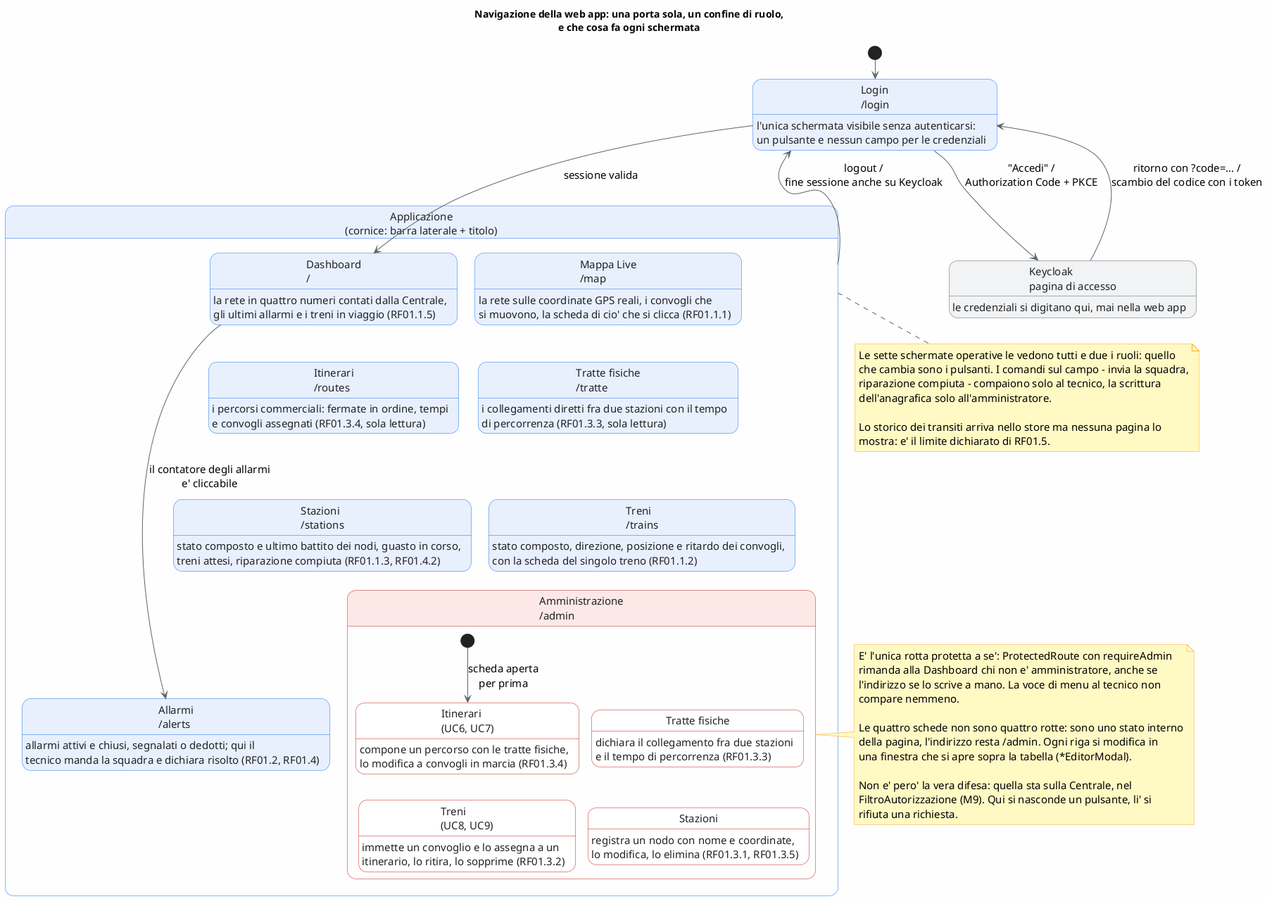
Above: doc/documentazioneFinale/immaginiDocumentazioneDelSistemaMonitoraggioEGestioneDelTrafficoFerroviario/ui_00_mappa_navigazione.png in mar-robba/PISSIR (PlantUML), before the change.
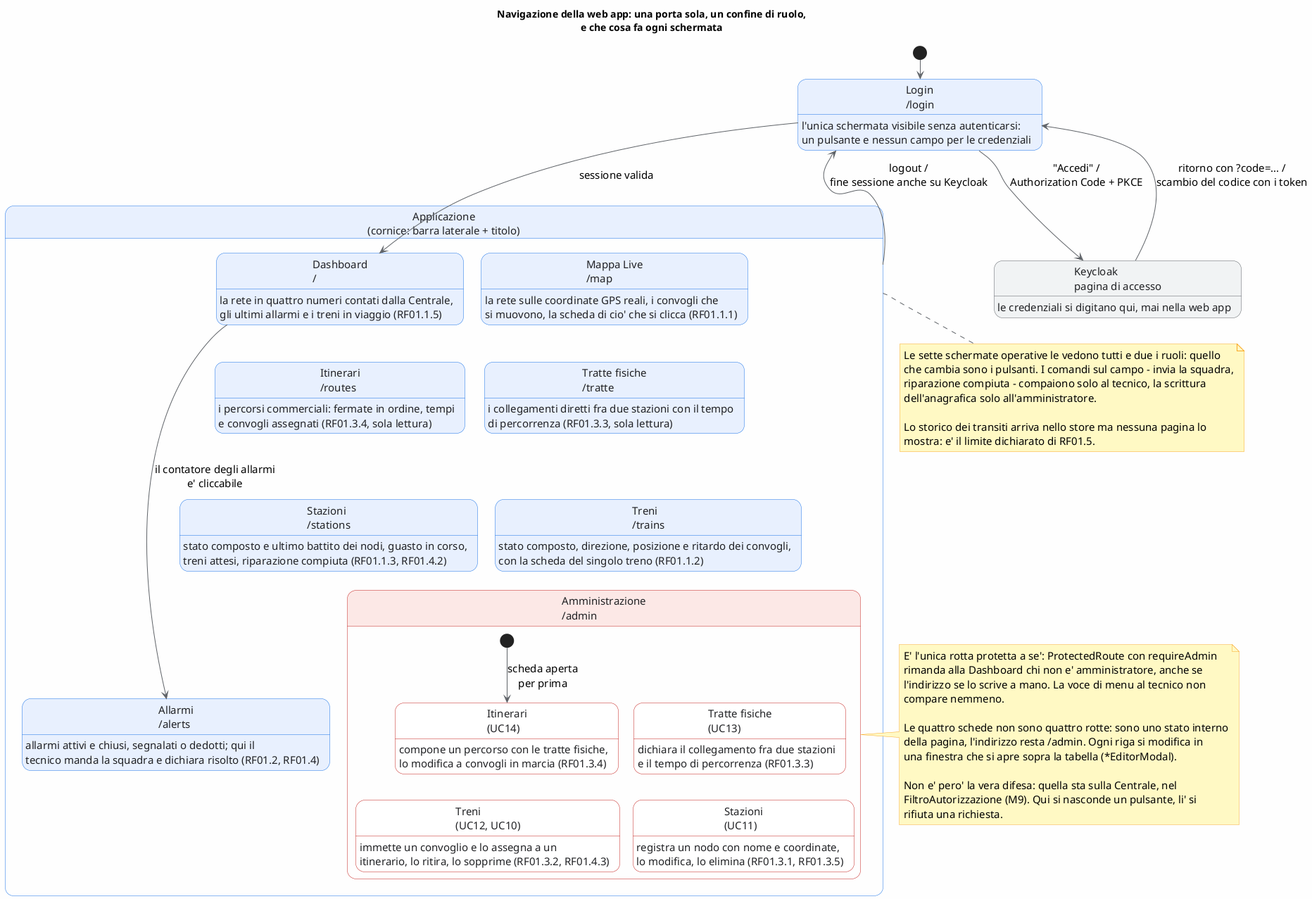
Later version of the same file.

The edit, as a diff of the source:
```diff
@@ -72,19 +72,19 @@
     All : tecnico manda la squadra e dichiara risolto (RF01.2, RF01.4)
 
     state "Amministrazione\n/admin" as Admin <<riservata>> {
-        state "Itinerari\n(UC6, UC7)" as AdmItin <<scheda>>
+        state "Itinerari\n(UC14)" as AdmItin <<scheda>>
         AdmItin : compone un percorso con le tratte fisiche,
         AdmItin : lo modifica a convogli in marcia (RF01.3.4)
 
-        state "Tratte fisiche" as AdmTratte <<scheda>>
+        state "Tratte fisiche\n(UC13)" as AdmTratte <<scheda>>
         AdmTratte : dichiara il collegamento fra due stazioni
         AdmTratte : e il tempo di percorrenza (RF01.3.3)
 
-        state "Treni\n(UC8, UC9)" as AdmTreni <<scheda>>
+        state "Treni\n(UC12, UC10)" as AdmTreni <<scheda>>
         AdmTreni : immette un convoglio e lo assegna a un
-        AdmTreni : itinerario, lo ritira, lo sopprime (RF01.3.2)
+        AdmTreni : itinerario, lo ritira, lo sopprime (RF01.3.2, RF01.4.3)
 
-        state "Stazioni" as AdmStaz <<scheda>>
+        state "Stazioni\n(UC11)" as AdmStaz <<scheda>>
         AdmStaz : registra un nodo con nome e coordinate,
         AdmStaz : lo modifica, lo elimina (RF01.3.1, RF01.3.5)
 
```
